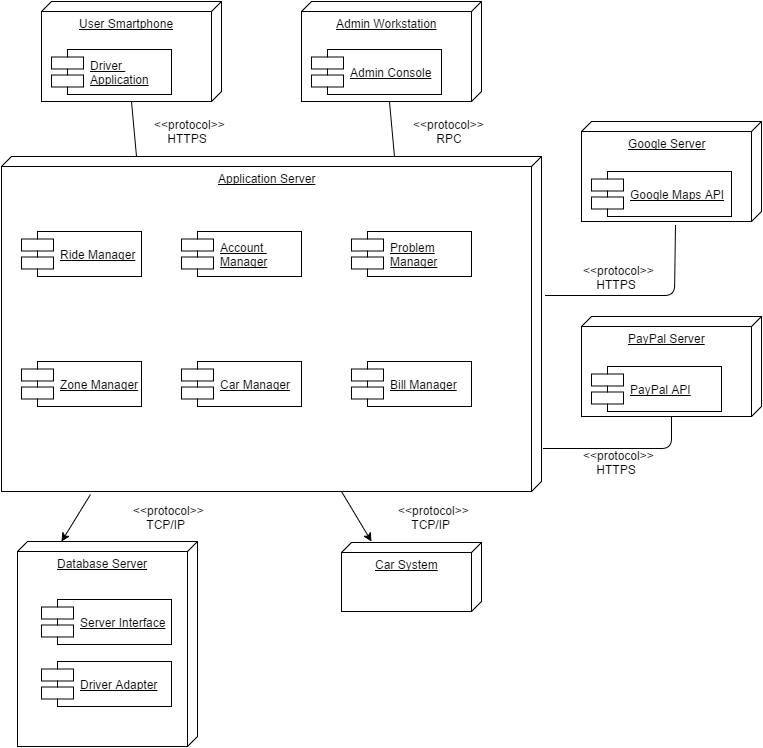
Above: Workspace/DD/Resources/DeploymentDiagram.png in FrancescoZ/PowerEnJoy (draw.io), before the change. Source tidied: cells renumbered, new cells last; positions are measured from the earlier drawing's top-left corner, leaving out a move shared by most shapes.
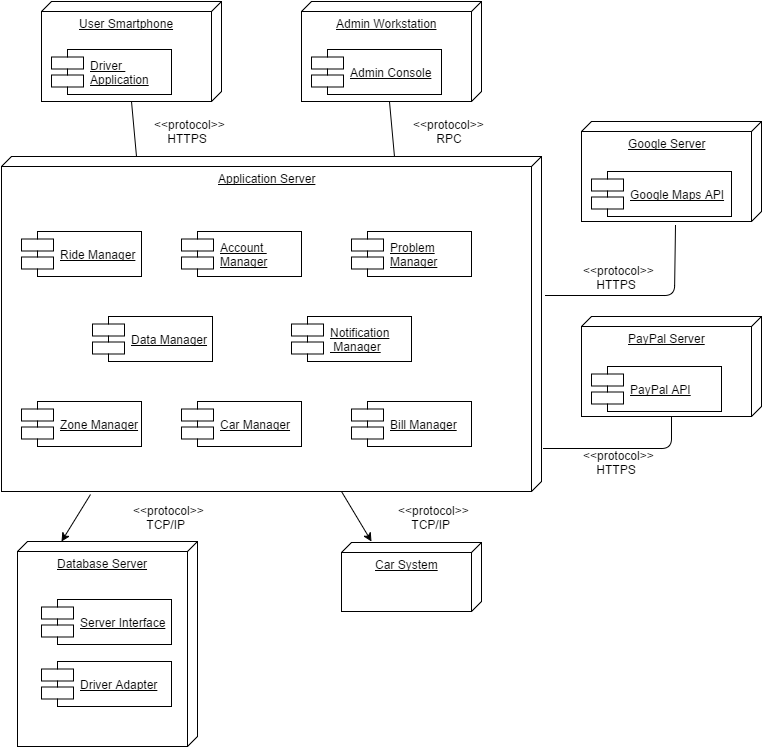
After the commit.

Commit message:
Deployment Diagram fixed

The edit, as a diff of the source:
```diff
@@ -39,13 +39,13 @@
       <mxGeometry x="350" y="230" width="120" height="45" as="geometry" />
     </mxCell>
     <mxCell id="14" value="&lt;u&gt;Bill Manager&lt;/u&gt;" style="shape=component;align=left;spacingLeft=36;rounded=0;shadow=0;labelBackgroundColor=none;strokeColor=#000000;strokeWidth=1;fillColor=none;gradientColor=#ffffff;fontSize=12;fontColor=none;html=1;" parent="1" vertex="1">
-      <mxGeometry x="350" y="360" width="120" height="45" as="geometry" />
+      <mxGeometry x="350" y="400" width="120" height="45" as="geometry" />
     </mxCell>
     <mxCell id="15" value="&lt;u&gt;Car Manager&lt;/u&gt;" style="shape=component;align=left;spacingLeft=36;rounded=0;shadow=0;labelBackgroundColor=none;strokeColor=#000000;strokeWidth=1;fillColor=none;gradientColor=#ffffff;fontSize=12;fontColor=none;html=1;" parent="1" vertex="1">
-      <mxGeometry x="180" y="360" width="120" height="45" as="geometry" />
+      <mxGeometry x="180" y="400" width="120" height="45" as="geometry" />
     </mxCell>
     <mxCell id="16" value="&lt;u&gt;Zone Manager&lt;/u&gt;" style="shape=component;align=left;spacingLeft=36;rounded=0;shadow=0;labelBackgroundColor=none;strokeColor=#000000;strokeWidth=1;fillColor=none;gradientColor=#ffffff;fontSize=12;fontColor=none;html=1;" parent="1" vertex="1">
-      <mxGeometry x="20" y="360" width="120" height="45" as="geometry" />
+      <mxGeometry x="20" y="400" width="120" height="45" as="geometry" />
     </mxCell>
     <mxCell id="17" style="html=1;verticalAlign=bottom;endArrow=none;strokeColor=#000000;fontSize=12;fontColor=none;entryX=1;entryY=0.5;exitX=0;exitY=0.75;endFill=0;" parent="1" edge="1" source="10" target="2">
       <mxGeometry relative="1" as="geometry" />
@@ -111,5 +111,11 @@
         <mxPoint x="370" y="540" as="targetPoint" />
       </mxGeometry>
     </mxCell>
+    <mxCell id="33" value="&lt;u&gt;Data Manager&lt;/u&gt;" style="shape=component;align=left;spacingLeft=36;rounded=0;shadow=0;labelBackgroundColor=none;strokeColor=#000000;strokeWidth=1;fillColor=none;gradientColor=#ffffff;fontSize=12;fontColor=none;html=1;" parent="1" vertex="1">
+      <mxGeometry x="91" y="315" width="120" height="45" as="geometry" />
+    </mxCell>
+    <mxCell id="34" value="&lt;u&gt;Notification&lt;br&gt;&amp;nbsp;Manager&lt;/u&gt;" style="shape=component;align=left;spacingLeft=36;rounded=0;shadow=0;labelBackgroundColor=none;strokeColor=#000000;strokeWidth=1;fillColor=none;gradientColor=#ffffff;fontSize=12;fontColor=none;html=1;" parent="1" vertex="1">
+      <mxGeometry x="290" y="315" width="120" height="45" as="geometry" />
+    </mxCell>
   </root>
 </mxGraphModel>
```
